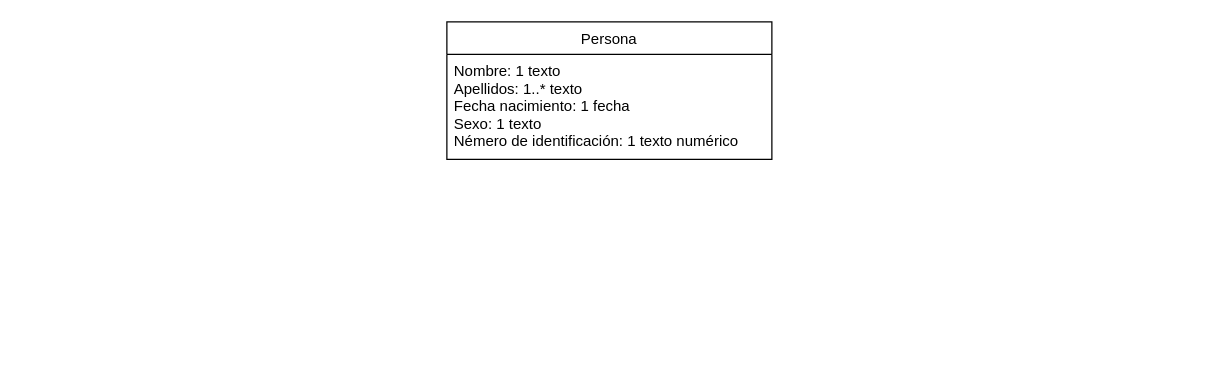
Trabajos-grupales/UML keeps this draw.io diagram as Ejercicio_16.drawio. Above is the earlier version. Source tidied: cells renumbered, new cells numbered last; positions are measured from the earlier drawing's top-left corner, leaving out a move shared by most shapes. Both pictures are drawn from the tidied source at 125%, with x=0, y=0 at pixel (446, 21).
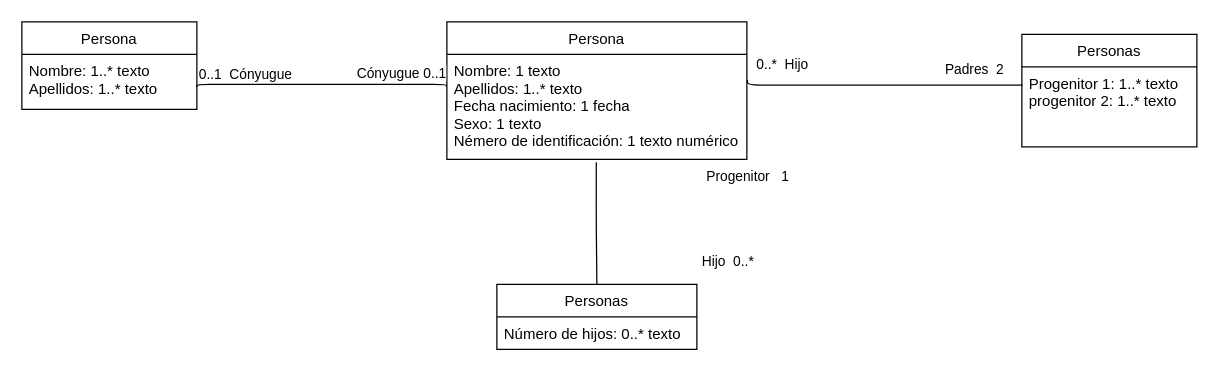
After the change.

The edit, as a diff of the source:
```diff
@@
     <mxCell id="2" value="Persona" style="swimlane;fontStyle=0;horizontal=1;startSize=26;fillColor=none;" parent="1" vertex="1">
-      <mxGeometry width="260" height="110" as="geometry" />
+      <mxGeometry width="240" height="110" as="geometry" />
     </mxCell>
     <mxCell id="3" value="Nombre: 1 texto&#10;Apellidos: 1..* texto&#10;Fecha nacimiento: 1 fecha&#10;Sexo: 1 texto&#10;Némero de identificación: 1 texto numérico&#10;&#10;" style="text;strokeColor=none;fillColor=none;align=left;verticalAlign=top;spacingLeft=4;spacingRight=4;overflow=hidden;points=[[0,0.5],[1,0.5]];portConstraint=eastwest;" parent="2" vertex="1">
-      <mxGeometry y="26" width="260" height="84" as="geometry" />
+      <mxGeometry y="26" width="240" height="84" as="geometry" />
     </mxCell>
+    <mxCell id="4" style="endArrow=none;html=1;edgeStyle=orthogonalEdgeStyle;entryX=0.004;entryY=0.228;entryDx=0;entryDy=0;entryPerimeter=0;exitX=1.002;exitY=0.245;exitDx=0;exitDy=0;exitPerimeter=0;" parent="1" edge="1" source="3" target="8">
+      <mxGeometry relative="1" as="geometry">
+        <Array as="points">
+          <mxPoint x="241" y="51" />
+        </Array>
+      </mxGeometry>
+    </mxCell>
+    <mxCell id="5" value="0..*&amp;nbsp; Hijo" style="edgeLabel;html=1;align=left;verticalAlign=bottom;" parent="4" vertex="1">
+      <mxGeometry x="-1" relative="1" as="geometry">
+        <mxPoint x="6" y="-5" as="offset" />
+      </mxGeometry>
+    </mxCell>
+    <mxCell id="6" value="Padres&amp;nbsp; 2" style="edgeLabel;html=1;align=right;verticalAlign=bottom;" parent="4" vertex="1">
+      <mxGeometry x="1" relative="1" as="geometry">
+        <mxPoint x="-14" y="-5" as="offset" />
+      </mxGeometry>
+    </mxCell>
+    <mxCell id="7" value="Personas" style="swimlane;fontStyle=0;horizontal=1;startSize=26;fillColor=none;" parent="1" vertex="1">
+      <mxGeometry x="460" y="10" width="140" height="90" as="geometry" />
+    </mxCell>
+    <mxCell id="8" value="Progenitor 1: 1..* texto&#10;progenitor 2: 1..* texto" style="text;strokeColor=none;fillColor=none;align=left;verticalAlign=top;spacingLeft=4;spacingRight=4;overflow=hidden;points=[[0,0.5],[1,0.5]];portConstraint=eastwest;" parent="7" vertex="1">
+      <mxGeometry y="26" width="140" height="64" as="geometry" />
+    </mxCell>
+    <mxCell id="9" style="endArrow=none;html=1;edgeStyle=orthogonalEdgeStyle;exitX=0.498;exitY=1.027;exitDx=0;exitDy=0;exitPerimeter=0;entryX=0.5;entryY=0;entryDx=0;entryDy=0;" parent="1" edge="1" source="3" target="12">
+      <mxGeometry relative="1" as="geometry">
+        <Array as="points">
+          <mxPoint x="119" y="160" />
+        </Array>
+      </mxGeometry>
+    </mxCell>
+    <mxCell id="10" value="Progenitor&amp;nbsp; &amp;nbsp;1" style="edgeLabel;html=1;align=left;verticalAlign=bottom;" parent="9" vertex="1">
+      <mxGeometry x="-1" relative="1" as="geometry">
+        <mxPoint x="86" y="20" as="offset" />
+      </mxGeometry>
+    </mxCell>
+    <mxCell id="11" value="Hijo&amp;nbsp; 0..*" style="edgeLabel;html=1;align=right;verticalAlign=bottom;" parent="9" vertex="1">
+      <mxGeometry x="1" relative="1" as="geometry">
+        <mxPoint x="126" y="-10" as="offset" />
+      </mxGeometry>
+    </mxCell>
+    <mxCell id="12" value="Personas" style="swimlane;fontStyle=0;horizontal=1;startSize=26;fillColor=none;" parent="1" vertex="1">
+      <mxGeometry x="40" y="210" width="160" height="52" as="geometry" />
+    </mxCell>
+    <mxCell id="13" value="Número de hijos: 0..* texto" style="text;strokeColor=none;fillColor=none;align=left;verticalAlign=top;spacingLeft=4;spacingRight=4;overflow=hidden;" parent="12" vertex="1">
+      <mxGeometry y="26" width="160" height="26" as="geometry" />
+    </mxCell>
+    <mxCell id="14" value="Persona" style="swimlane;fontStyle=0;horizontal=1;startSize=26;fillColor=none;" parent="1" vertex="1">
+      <mxGeometry x="-340" width="140" height="70" as="geometry" />
+    </mxCell>
+    <mxCell id="15" value="Nombre: 1..* texto&#10;Apellidos: 1..* texto&#10;" style="text;strokeColor=none;fillColor=none;align=left;verticalAlign=top;spacingLeft=4;spacingRight=4;overflow=hidden;" parent="14" vertex="1">
+      <mxGeometry y="26" width="140" height="44" as="geometry" />
+    </mxCell>
+    <mxCell id="16" style="endArrow=none;html=1;edgeStyle=orthogonalEdgeStyle;entryX=-0.002;entryY=0.306;entryDx=0;entryDy=0;entryPerimeter=0;" parent="1" edge="1" target="3">
+      <mxGeometry relative="1" as="geometry">
+        <mxPoint x="-200" y="52" as="sourcePoint" />
+        <Array as="points">
+          <mxPoint x="-200" y="50" />
+          <mxPoint x="-1" y="50" />
+        </Array>
+      </mxGeometry>
+    </mxCell>
+    <mxCell id="17" value="0..1&amp;nbsp; Cónyugue&amp;nbsp;" style="edgeLabel;html=1;align=left;verticalAlign=bottom;" parent="16" vertex="1">
+      <mxGeometry x="-1" relative="1" as="geometry">
+        <mxPoint y="-2" as="offset" />
+      </mxGeometry>
+    </mxCell>
+    <mxCell id="18" value="Cónyugue 0..1" style="edgeLabel;html=1;align=right;verticalAlign=bottom;" parent="16" vertex="1">
+      <mxGeometry x="1" relative="1" as="geometry">
+        <mxPoint y="-2" as="offset" />
+      </mxGeometry>
+    </mxCell>
```
